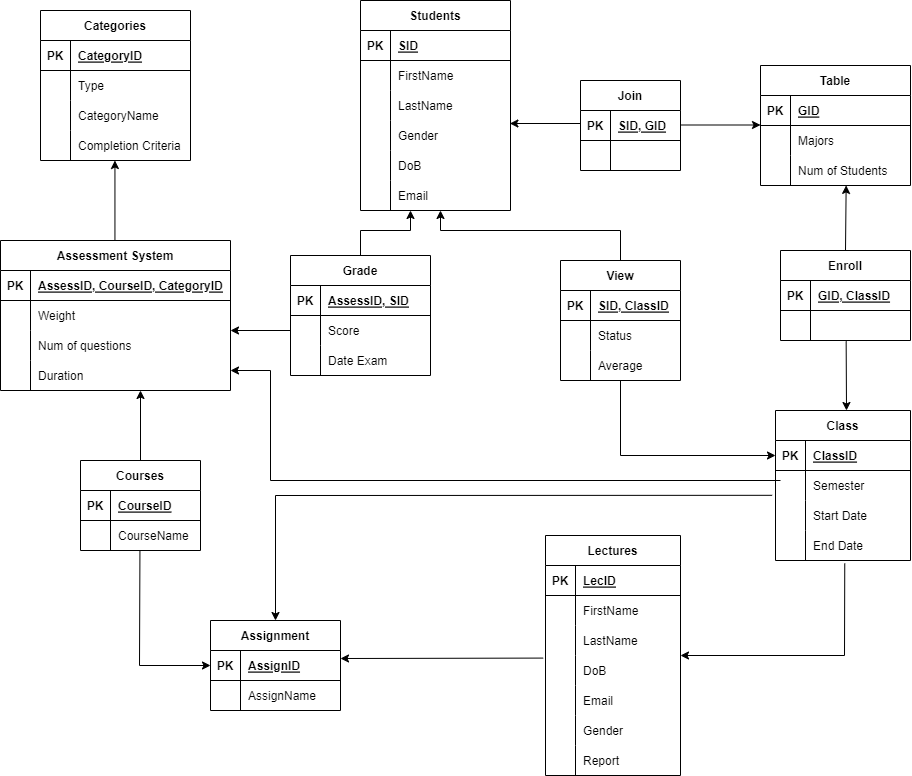
The draw.io diagram Model Diagram.drawio.png in Vovietmanh/DBI202-MyAssignment, before a commit. Source tidied: cells renumbered, new cells last; positions are measured from the earlier drawing's top-left corner, leaving out a move shared by most shapes.
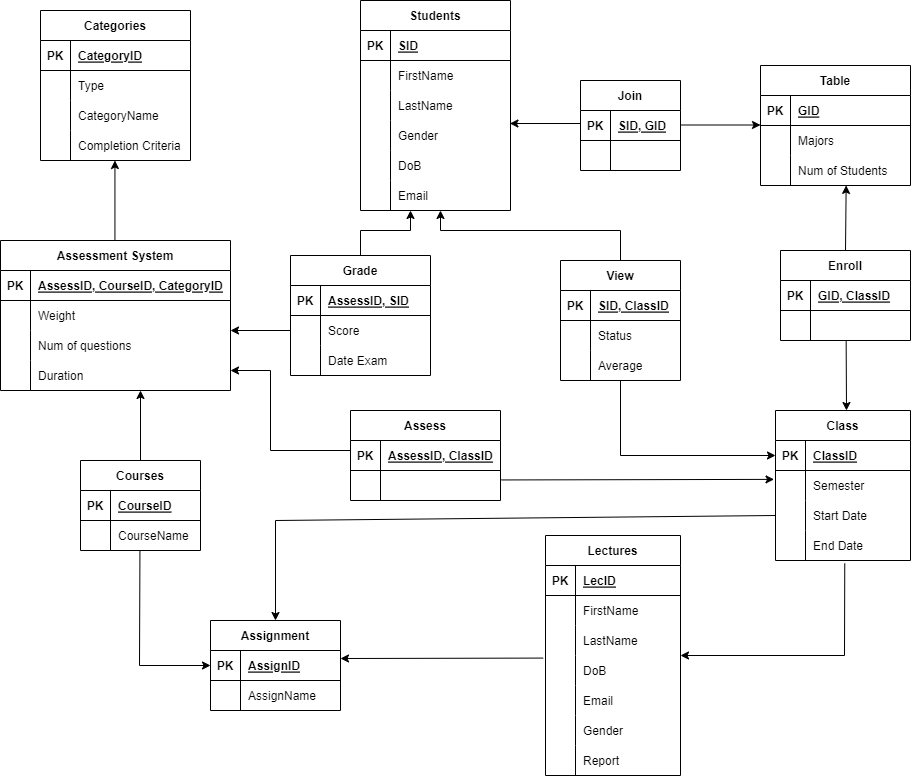
After the change.

Commit message:
Update Model Diagram

Change to the diagram source:
```diff
@@ -498,22 +498,46 @@
         </Array>
       </mxGeometry>
     </mxCell>
-    <mxCell id="153" style="endArrow=classic;html=1;rounded=0;entryX=0.5;entryY=0;entryDx=0;entryDy=0;exitX=-0.025;exitY=0.827;exitDx=0;exitDy=0;exitPerimeter=0;" parent="1" edge="1" source="53" target="86">
+    <mxCell id="153" style="endArrow=classic;html=1;rounded=0;entryX=0.5;entryY=0;entryDx=0;entryDy=0;exitX=0;exitY=0.5;exitDx=0;exitDy=0;" parent="1" edge="1" source="56" target="86">
       <mxGeometry relative="1" as="geometry">
         <Array as="points">
-          <mxPoint x="275" y="495" />
+          <mxPoint x="275" y="520" />
         </Array>
       </mxGeometry>
     </mxCell>
     <mxCell id="154" style="endArrow=classic;html=1;rounded=0;" parent="1" edge="1">
       <mxGeometry relative="1" as="geometry">
-        <mxPoint x="780" y="480" as="sourcePoint" />
+        <mxPoint x="350" y="450" as="sourcePoint" />
         <mxPoint x="230" y="370" as="targetPoint" />
         <Array as="points">
-          <mxPoint x="270" y="480" />
+          <mxPoint x="270" y="450" />
           <mxPoint x="270" y="370" />
         </Array>
       </mxGeometry>
     </mxCell>
+    <mxCell id="155" value="Assess" style="shape=table;startSize=30;rowLines=0;fontStyle=1;align=center;" parent="1" vertex="1">
+      <mxGeometry x="350" y="410" width="150" height="90" as="geometry" />
+    </mxCell>
+    <mxCell id="156" style="shape=tableRow;horizontal=0;startSize=0;swimlaneHead=0;swimlaneBody=0;fillColor=none;top=0;left=0;right=0;bottom=1;" parent="155" vertex="1">
+      <mxGeometry y="30" width="150" height="30" as="geometry" />
+    </mxCell>
+    <mxCell id="157" value="PK" style="shape=partialRectangle;fillColor=none;top=0;left=0;bottom=0;right=0;fontStyle=1;overflow=hidden;" parent="156" vertex="1">
+      <mxGeometry width="30" height="30" as="geometry" />
+    </mxCell>
+    <mxCell id="158" value="AssessID, ClassID" style="shape=partialRectangle;fillColor=none;top=0;left=0;bottom=0;right=0;align=left;spacingLeft=6;fontStyle=5;overflow=hidden;" parent="156" vertex="1">
+      <mxGeometry x="30" width="120" height="30" as="geometry" />
+    </mxCell>
+    <mxCell id="159" style="shape=tableRow;horizontal=0;startSize=0;swimlaneHead=0;swimlaneBody=0;fillColor=none;points=[[0,0.5],[1,0.5]];portConstraint=eastwest;top=0;left=0;right=0;bottom=0;" parent="155" vertex="1">
+      <mxGeometry y="60" width="150" height="30" as="geometry" />
+    </mxCell>
+    <mxCell id="160" style="shape=partialRectangle;fillColor=none;top=0;left=0;bottom=0;right=0;overflow=hidden;" parent="159" vertex="1">
+      <mxGeometry width="30" height="30" as="geometry" />
+    </mxCell>
+    <mxCell id="161" style="shape=partialRectangle;fillColor=none;top=0;left=0;bottom=0;right=0;align=left;spacingLeft=6;overflow=hidden;" parent="159" vertex="1">
+      <mxGeometry x="30" width="120" height="30" as="geometry" />
+    </mxCell>
+    <mxCell id="162" style="endArrow=classic;html=1;rounded=0;exitX=1.005;exitY=0.315;exitDx=0;exitDy=0;exitPerimeter=0;entryX=-0.011;entryY=0.296;entryDx=0;entryDy=0;entryPerimeter=0;" parent="1" edge="1" source="159" target="53">
+      <mxGeometry relative="1" as="geometry" />
+    </mxCell>
   </root>
 </mxGraphModel>
```
